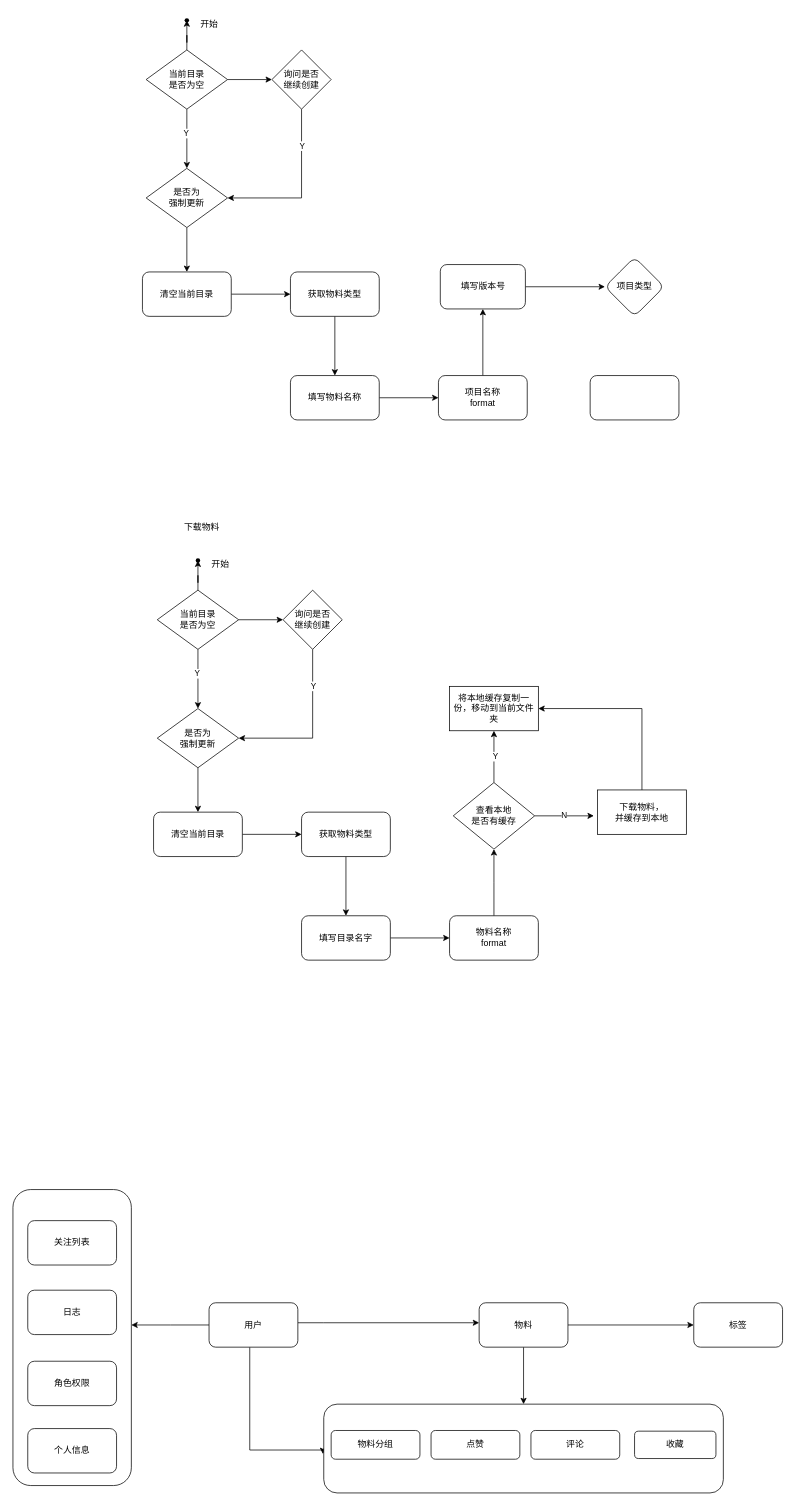
The draw.io diagram devlink.drawio in developerlinks/documents, before the edit. Source tidied: cells renumbered, new cells numbered last; positions are measured from the earlier drawing's top-left corner, leaving out a move shared by most shapes. Both pictures are drawn from the tidied source at 74%, with x=0, y=0 at pixel (13, 13).
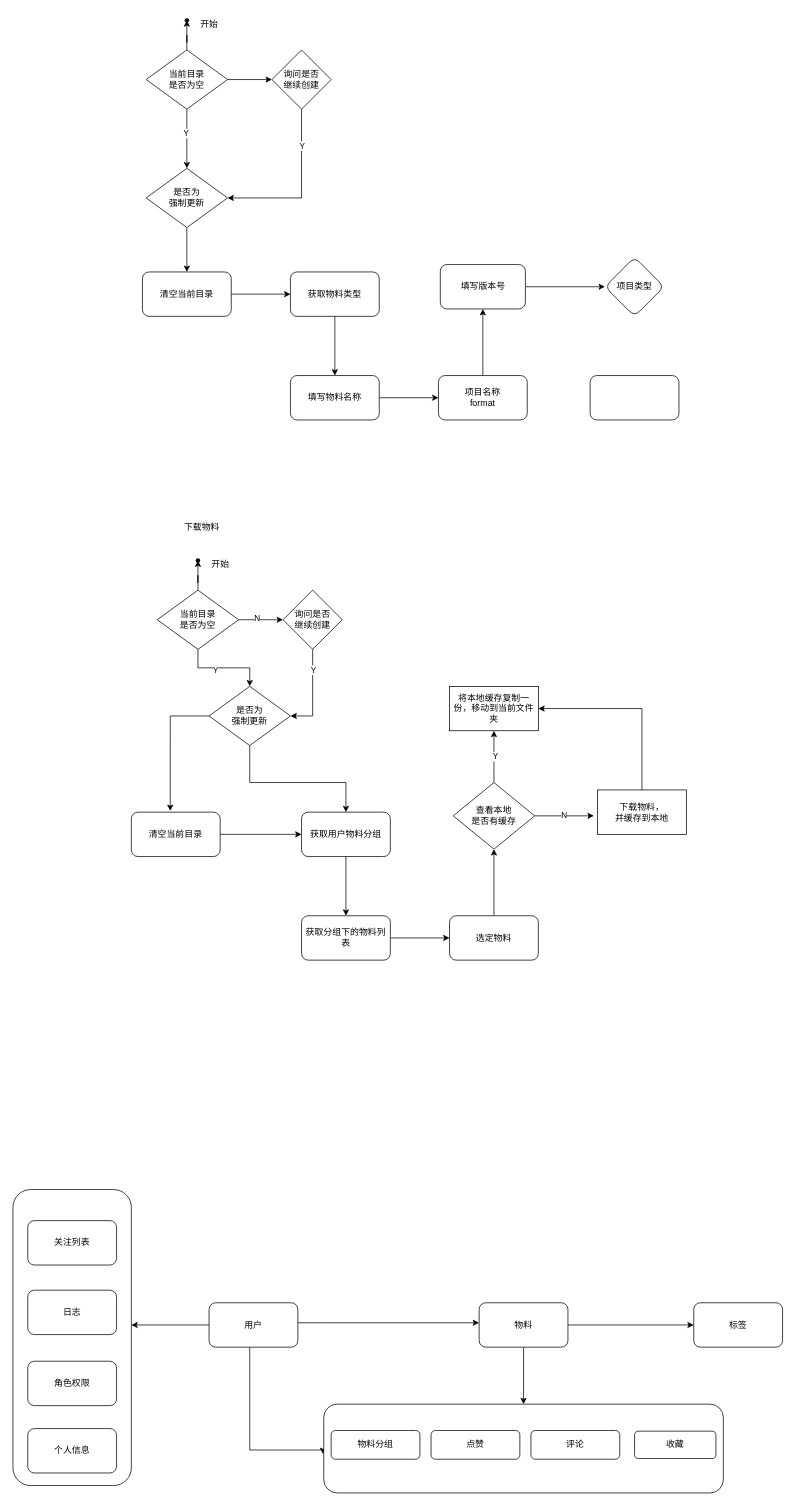
The same diagram, later.

Unchanged cells that the change refers to:
```xml
<mxCell id="27" style="edgeStyle=orthogonalEdgeStyle;rounded=0;jettySize=auto;html=1;" parent="1" edge="1" source="30" target="35">
  <mxGeometry relative="1" as="geometry" />
</mxCell>
<mxCell id="35" value="询问是否&lt;br&gt;继续创建" style="rhombus;whiteSpace=wrap;html=1;" parent="1" vertex="1">
  <mxGeometry x="365" y="780" width="80" height="80" as="geometry" />
</mxCell>
```

The edit, as a diff of the source:
```diff
@@
+    <mxCell id="74" value="N" style="edgeLabel;html=1;align=center;verticalAlign=middle;" parent="27" vertex="1">
+      <mxGeometry x="-0.21" y="3" relative="1" as="geometry" />
+    </mxCell>
@@
     <mxCell id="33" style="edgeStyle=orthogonalEdgeStyle;rounded=0;jettySize=auto;html=1;entryX=1;entryY=0.5;entryDx=0;entryDy=0;" parent="1" edge="1" source="35" target="37">
       <mxGeometry relative="1" as="geometry">
         <Array as="points">
-          <mxPoint x="405" y="980" />
+          <mxPoint x="405" y="950" />
         </Array>
       </mxGeometry>
     </mxCell>
@@
-    <mxCell id="36" style="edgeStyle=orthogonalEdgeStyle;rounded=0;jettySize=auto;html=1;" parent="1" edge="1" source="37" target="39">
-      <mxGeometry relative="1" as="geometry" />
+    <mxCell id="36" style="edgeStyle=orthogonalEdgeStyle;rounded=0;jettySize=auto;html=1;entryX=0.438;entryY=-0.027;entryDx=0;entryDy=0;entryPerimeter=0;" parent="1" edge="1" source="37" target="39">
+      <mxGeometry relative="1" as="geometry">
+        <Array as="points">
+          <mxPoint x="213" y="950" />
+        </Array>
+      </mxGeometry>
     </mxCell>
+    <mxCell id="75" style="edgeStyle=orthogonalEdgeStyle;rounded=0;jettySize=auto;html=1;entryX=0.5;entryY=0;entryDx=0;entryDy=0;" parent="1" edge="1" source="37" target="41">
+      <mxGeometry relative="1" as="geometry">
+        <Array as="points">
+          <mxPoint x="320" y="1040" />
+          <mxPoint x="450" y="1040" />
+        </Array>
+      </mxGeometry>
+    </mxCell>
     <mxCell id="37" value="是否为&lt;br&gt;强制更新" style="rhombus;whiteSpace=wrap;html=1;" parent="1" vertex="1">
-      <mxGeometry x="195" y="940" width="110" height="80" as="geometry" />
+      <mxGeometry x="265" y="910" width="110" height="80" as="geometry" />
     </mxCell>
@@
     <mxCell id="39" value="清空当前目录" style="rounded=1;whiteSpace=wrap;html=1;" parent="1" vertex="1">
-      <mxGeometry x="190" y="1080" width="120" height="60" as="geometry" />
+      <mxGeometry x="160" y="1080" width="120" height="60" as="geometry" />
     </mxCell>
@@
-    <mxCell id="41" value="获取物料类型" style="rounded=1;whiteSpace=wrap;html=1;" parent="1" vertex="1">
+    <mxCell id="41" value="获取用户物料分组" style="rounded=1;whiteSpace=wrap;html=1;" parent="1" vertex="1">
       <mxGeometry x="390" y="1080" width="120" height="60" as="geometry" />
     </mxCell>
@@
-    <mxCell id="43" value="填写目录名字" style="rounded=1;whiteSpace=wrap;html=1;" parent="1" vertex="1">
+    <mxCell id="43" value="获取分组下的物料列表" style="rounded=1;whiteSpace=wrap;html=1;" parent="1" vertex="1">
       <mxGeometry x="390" y="1220" width="120" height="60" as="geometry" />
     </mxCell>
@@
-    <mxCell id="45" value="物料名称&lt;br&gt;format" style="rounded=1;whiteSpace=wrap;html=1;" parent="1" vertex="1">
+    <mxCell id="45" value="选定物料" style="rounded=1;whiteSpace=wrap;html=1;" parent="1" vertex="1">
       <mxGeometry x="590" y="1220" width="120" height="60" as="geometry" />
     </mxCell>
```
